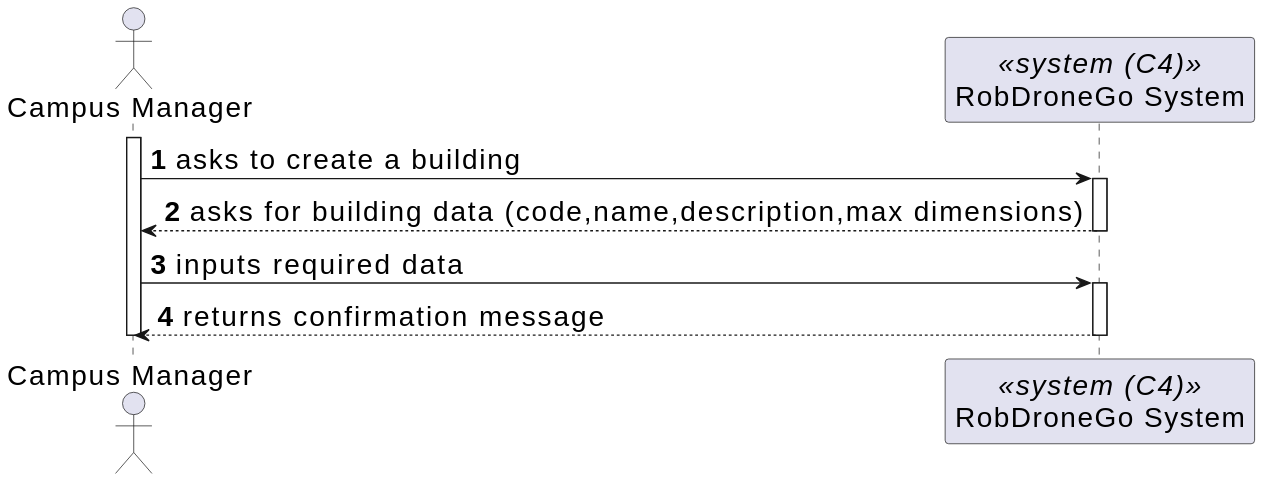
Before: _wiki/sprint-b/us-1020/views/level-1/assets/process-view.svg, a diagram exported from PlantUML (miseEnPlace-dev/lapr5). The source it was exported from:
```plantuml
@startuml
skinparamlocked defaultFontSize 20
autonumber

actor CM as "Campus Manager"
participant SYS as "RobDroneGo System" <<system (C4)>>

activate CM

CM -> SYS : asks to create a building
activate SYS

CM <-- SYS : asks for building data (code,name,description,max dimensions)
deactivate SYS

CM -> SYS : inputs required data
activate SYS

CM <-- SYS : returns confirmation message
deactivate SYS


deactivate CM
@enduml
```
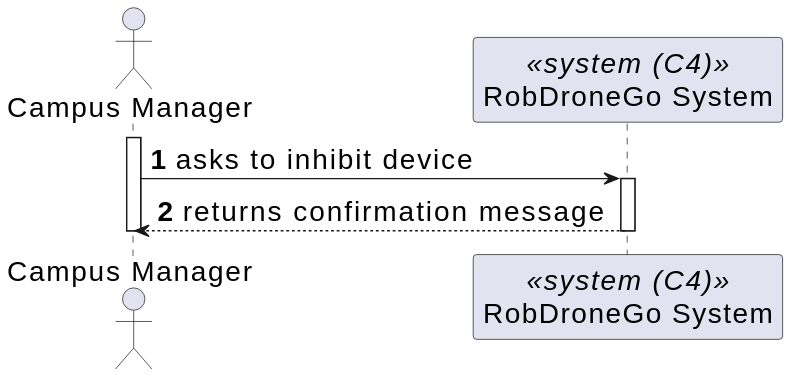
Above is the later version.

Change to the diagram source:
```diff
@@ -7,13 +7,7 @@
 
 activate CM
 
-CM -> SYS : asks to create a building
-activate SYS
-
-CM <-- SYS : asks for building data (code,name,description,max dimensions)
-deactivate SYS
-
-CM -> SYS : inputs required data
+CM -> SYS : asks to inhibit device
 activate SYS
 
 CM <-- SYS : returns confirmation message
```
